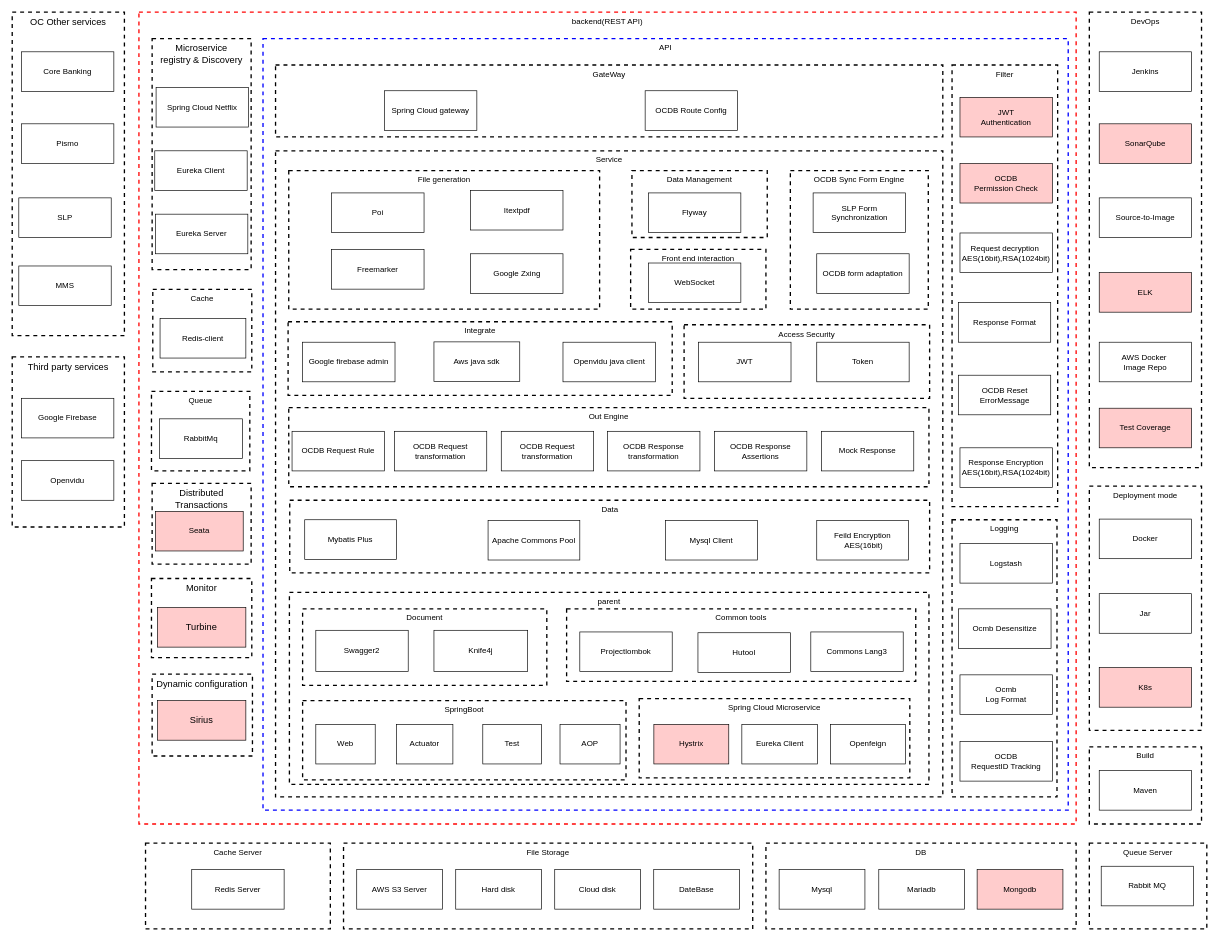
The draw.io diagram user/ocmb-service-lib1.drawio in jiangwu85/cloud-config-samples, before the edit. Source tidied: cells renumbered, new cells numbered last; positions are measured from the earlier drawing's top-left corner, leaving out a move shared by most shapes. Both pictures are drawn from the tidied source at 66%, with x=0, y=0 at pixel (12, 12).
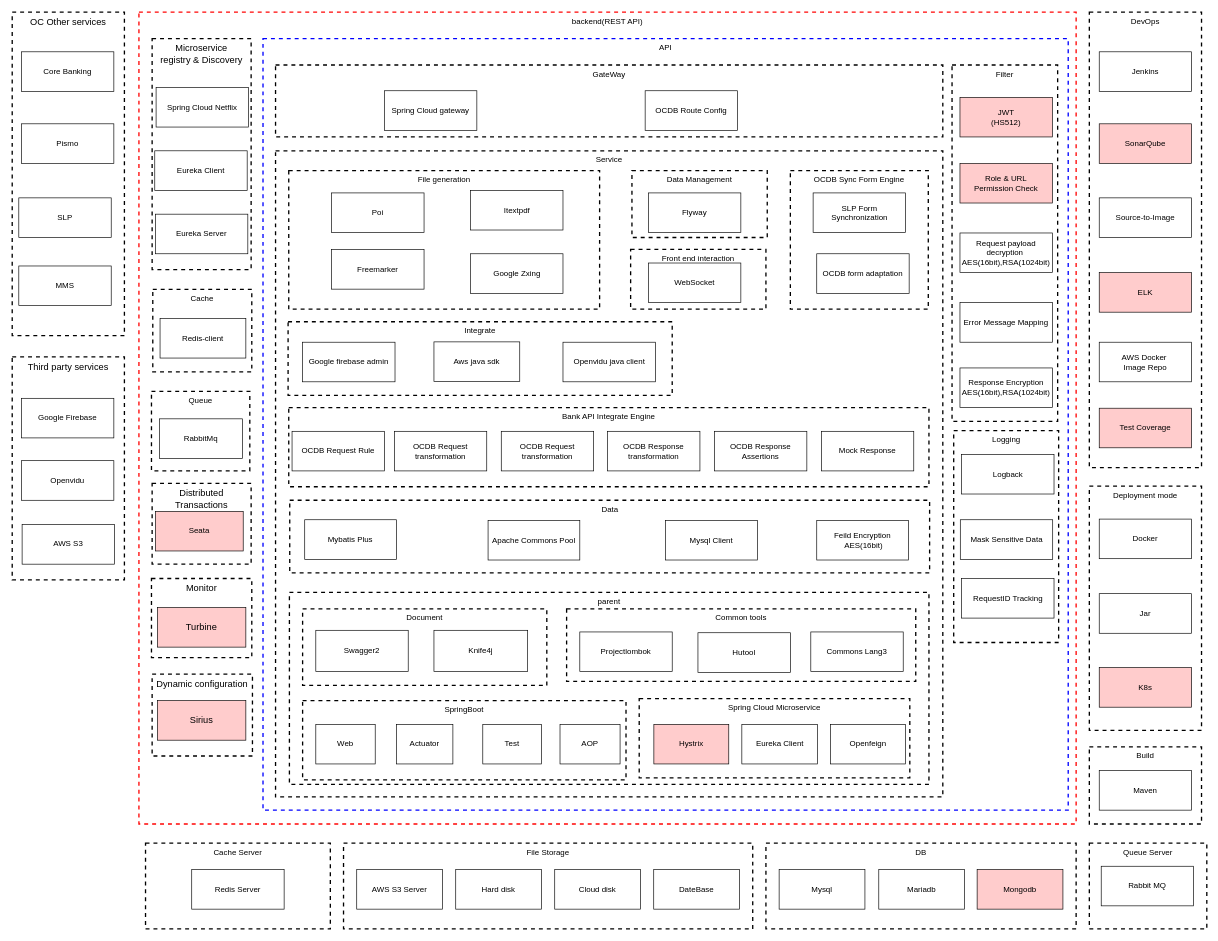
After the change.

Change to the diagram source:
```diff
@@
     <mxCell id="7" value="&lt;div&gt;&lt;span style=&quot;font-size: 14px; font-weight: 400;&quot;&gt;Third party services&lt;/span&gt;&lt;/div&gt;" style="rounded=0;whiteSpace=wrap;html=1;dashed=1;strokeWidth=2;fillColor=none;verticalAlign=top;fontStyle=1;" parent="1" vertex="1">
-      <mxGeometry y="522.2" width="170" height="257.8" as="geometry" />
+      <mxGeometry y="522.2" width="170" height="337.8" as="geometry" />
     </mxCell>
     <mxCell id="8" value="&lt;div&gt;&lt;span style=&quot;font-weight: 400;&quot;&gt;Filter&lt;/span&gt;&lt;/div&gt;" style="rounded=0;whiteSpace=wrap;html=1;dashed=1;strokeWidth=2;fillColor=none;verticalAlign=top;fontStyle=1;" parent="1" vertex="1">
-      <mxGeometry x="1424" y="80" width="160" height="669" as="geometry" />
+      <mxGeometry x="1424" y="80" width="160" height="540" as="geometry" />
     </mxCell>
@@
-    <mxCell id="12" value="&lt;span style=&quot;font-weight: 400;&quot;&gt;Out Engine&lt;/span&gt;" style="rounded=0;whiteSpace=wrap;html=1;dashed=1;strokeWidth=2;fillColor=none;verticalAlign=top;fontStyle=1;" parent="1" vertex="1">
+    <mxCell id="12" value="&lt;span style=&quot;font-weight: 400;&quot;&gt;Bank API&amp;nbsp;&lt;/span&gt;&lt;span style=&quot;font-weight: 400;&quot;&gt;Integrate&amp;nbsp;&lt;/span&gt;&lt;span style=&quot;font-weight: 400;&quot;&gt;Engine&lt;/span&gt;" style="rounded=0;whiteSpace=wrap;html=1;dashed=1;strokeWidth=2;fillColor=none;verticalAlign=top;fontStyle=1;" parent="1" vertex="1">
       <mxGeometry x="419" y="599" width="970" height="120" as="geometry" />
     </mxCell>
@@
     <mxCell id="17" value="&lt;div&gt;&lt;span style=&quot;font-weight: 400;&quot;&gt;Logging&lt;/span&gt;&lt;/div&gt;" style="rounded=0;whiteSpace=wrap;html=1;dashed=1;strokeWidth=2;fillColor=none;verticalAlign=top;fontStyle=1;" parent="1" vertex="1">
-      <mxGeometry x="1424" y="769" width="159" height="420" as="geometry" />
+      <mxGeometry x="1426.5" y="634" width="159" height="321" as="geometry" />
     </mxCell>
@@
-    <mxCell id="30" value="OCDB&amp;nbsp;Reset ErrorMessage" style="rounded=0;whiteSpace=wrap;html=1;fontColor=#000000;fillColor=none;" parent="1" vertex="1">
-      <mxGeometry x="1433.5" y="550" width="140" height="60" as="geometry" />
+    <mxCell id="30" value="Error Message Mapping" style="rounded=0;whiteSpace=wrap;html=1;fontColor=#000000;fillColor=none;" parent="1" vertex="1">
+      <mxGeometry x="1436" y="440" width="140" height="60" as="geometry" />
     </mxCell>
@@
-    <mxCell id="37" value="&lt;div&gt;&lt;span style=&quot;background-color: initial;&quot;&gt;Request decryption&amp;nbsp;&lt;/span&gt;&lt;br&gt;&lt;/div&gt;&lt;div&gt;&lt;span style=&quot;background-color: initial;&quot;&gt;AES(16bit),RSA(1024bit)&lt;/span&gt;&lt;/div&gt;" style="rounded=0;whiteSpace=wrap;html=1;fontColor=#000000;fillColor=none;" parent="1" vertex="1">
+    <mxCell id="37" value="&lt;div&gt;&lt;span style=&quot;background-color: initial;&quot;&gt;Request payload decryption&amp;nbsp;&lt;/span&gt;&lt;/div&gt;&lt;div&gt;&lt;span style=&quot;background-color: initial;&quot;&gt;AES(16bit),RSA(1024bit)&lt;/span&gt;&lt;/div&gt;" style="rounded=0;whiteSpace=wrap;html=1;fontColor=#000000;fillColor=none;" parent="1" vertex="1">
       <mxGeometry x="1436" y="334.5" width="140" height="60" as="geometry" />
     </mxCell>
     <mxCell id="38" value="&lt;div&gt;&lt;span style=&quot;background-color: initial;&quot;&gt;Response Encryption&lt;/span&gt;&lt;br&gt;&lt;/div&gt;&lt;div&gt;&lt;span style=&quot;background-color: initial;&quot;&gt;AES(16bit),RSA(1024bit)&lt;/span&gt;&lt;/div&gt;" style="rounded=0;whiteSpace=wrap;html=1;fontColor=#000000;fillColor=none;" parent="1" vertex="1">
-      <mxGeometry x="1436" y="660" width="140" height="60" as="geometry" />
+      <mxGeometry x="1436" y="539" width="140" height="60" as="geometry" />
     </mxCell>
-    <mxCell id="39" value="JWT&lt;br&gt;Authentication" style="rounded=0;whiteSpace=wrap;html=1;fontColor=#000000;fillColor=#FFCCCC;" parent="1" vertex="1">
+    <mxCell id="39" value="JWT &lt;br&gt;(HS512)" style="rounded=0;whiteSpace=wrap;html=1;fontColor=#000000;fillColor=#FFCCCC;" parent="1" vertex="1">
       <mxGeometry x="1436" y="129" width="140" height="60" as="geometry" />
     </mxCell>
-    <mxCell id="40" value="OCDB&lt;br&gt;Permission Check" style="rounded=0;whiteSpace=wrap;html=1;fontColor=#000000;fillColor=#FFCCCC;" parent="1" vertex="1">
+    <mxCell id="40" value="Role &amp;amp; URL&lt;br&gt;Permission Check" style="rounded=0;whiteSpace=wrap;html=1;fontColor=#000000;fillColor=#FFCCCC;" parent="1" vertex="1">
       <mxGeometry x="1436" y="229.1" width="140" height="60" as="geometry" />
     </mxCell>
-    <mxCell id="41" value="Logstash" style="rounded=0;whiteSpace=wrap;html=1;fontColor=#000000;fillColor=none;" parent="1" vertex="1">
-      <mxGeometry x="1436" y="805" width="140" height="60" as="geometry" />
+    <mxCell id="41" value="Logback" style="rounded=0;whiteSpace=wrap;html=1;fontColor=#000000;fillColor=none;" parent="1" vertex="1">
+      <mxGeometry x="1438.5" y="670" width="140" height="60" as="geometry" />
     </mxCell>
-    <mxCell id="42" value="Ocmb Desensitize" style="rounded=0;whiteSpace=wrap;html=1;fontColor=#000000;fillColor=none;" parent="1" vertex="1">
-      <mxGeometry x="1434" y="904" width="140" height="60" as="geometry" />
+    <mxCell id="42" value="Mask Sensitive Data" style="rounded=0;whiteSpace=wrap;html=1;fontColor=#000000;fillColor=none;" parent="1" vertex="1">
+      <mxGeometry x="1436.5" y="769" width="140" height="60" as="geometry" />
     </mxCell>
-    <mxCell id="43" value="Ocmb&lt;br&gt;Log Format" style="rounded=0;whiteSpace=wrap;html=1;fontColor=#000000;fillColor=none;" parent="1" vertex="1">
-      <mxGeometry x="1436" y="1004" width="140" height="60" as="geometry" />
-    </mxCell>
-    <mxCell id="44" value="OCDB&lt;br&gt;RequestID Tracking" style="rounded=0;whiteSpace=wrap;html=1;fontColor=#000000;fillColor=none;" parent="1" vertex="1">
-      <mxGeometry x="1436" y="1105" width="140" height="60" as="geometry" />
+    <mxCell id="44" value="RequestID Tracking" style="rounded=0;whiteSpace=wrap;html=1;fontColor=#000000;fillColor=none;" parent="1" vertex="1">
+      <mxGeometry x="1438.5" y="858" width="140" height="60" as="geometry" />
     </mxCell>
@@
-    <mxCell id="54" value="Response Format" style="rounded=0;whiteSpace=wrap;html=1;fontColor=#000000;fillColor=none;" parent="1" vertex="1">
-      <mxGeometry x="1433.5" y="440" width="140" height="60" as="geometry" />
-    </mxCell>
@@
-    <mxCell id="109" value="&lt;span style=&quot;font-weight: 400;&quot;&gt;Access Security&lt;/span&gt;" style="rounded=0;whiteSpace=wrap;html=1;dashed=1;strokeWidth=2;fillColor=none;verticalAlign=top;fontStyle=1;" parent="1" vertex="1">
-      <mxGeometry x="1018" y="473.5" width="372" height="111.5" as="geometry" />
-    </mxCell>
-    <mxCell id="110" value="JWT" style="rounded=0;whiteSpace=wrap;html=1;fontColor=#000000;fillColor=none;" parent="1" vertex="1">
-      <mxGeometry x="1040" y="500" width="140" height="60" as="geometry" />
-    </mxCell>
-    <mxCell id="111" value="Token" style="rounded=0;whiteSpace=wrap;html=1;fontColor=#000000;fillColor=none;" parent="1" vertex="1">
-      <mxGeometry x="1219" y="500" width="140" height="60" as="geometry" />
-    </mxCell>
@@
+    <mxCell id="116" value="AWS S3" style="rounded=0;whiteSpace=wrap;html=1;fontColor=#000000;fillColor=none;" parent="1" vertex="1">
+      <mxGeometry x="15" y="776.3" width="140" height="60" as="geometry" />
+    </mxCell>
```
